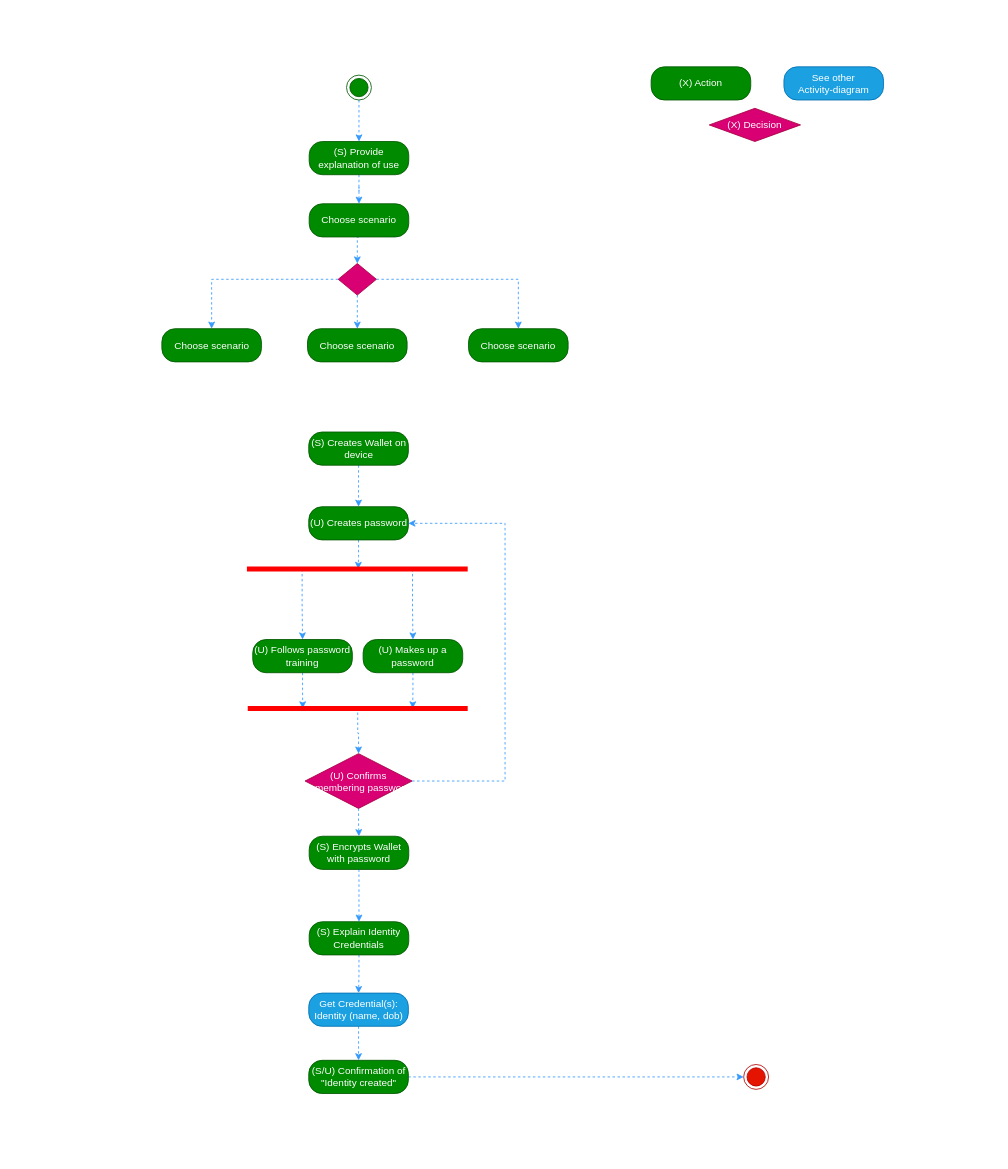
Above: Activity Diagrams/Create a wallet activity.drawio in nsward/diagrams (draw.io), before the change. Source tidied: cells renumbered, new cells numbered last; positions are measured from the earlier drawing's top-left corner, leaving out a move shared by most shapes. Both pictures are drawn from the tidied source at 83%, with x=0, y=0 at pixel (161, 66).
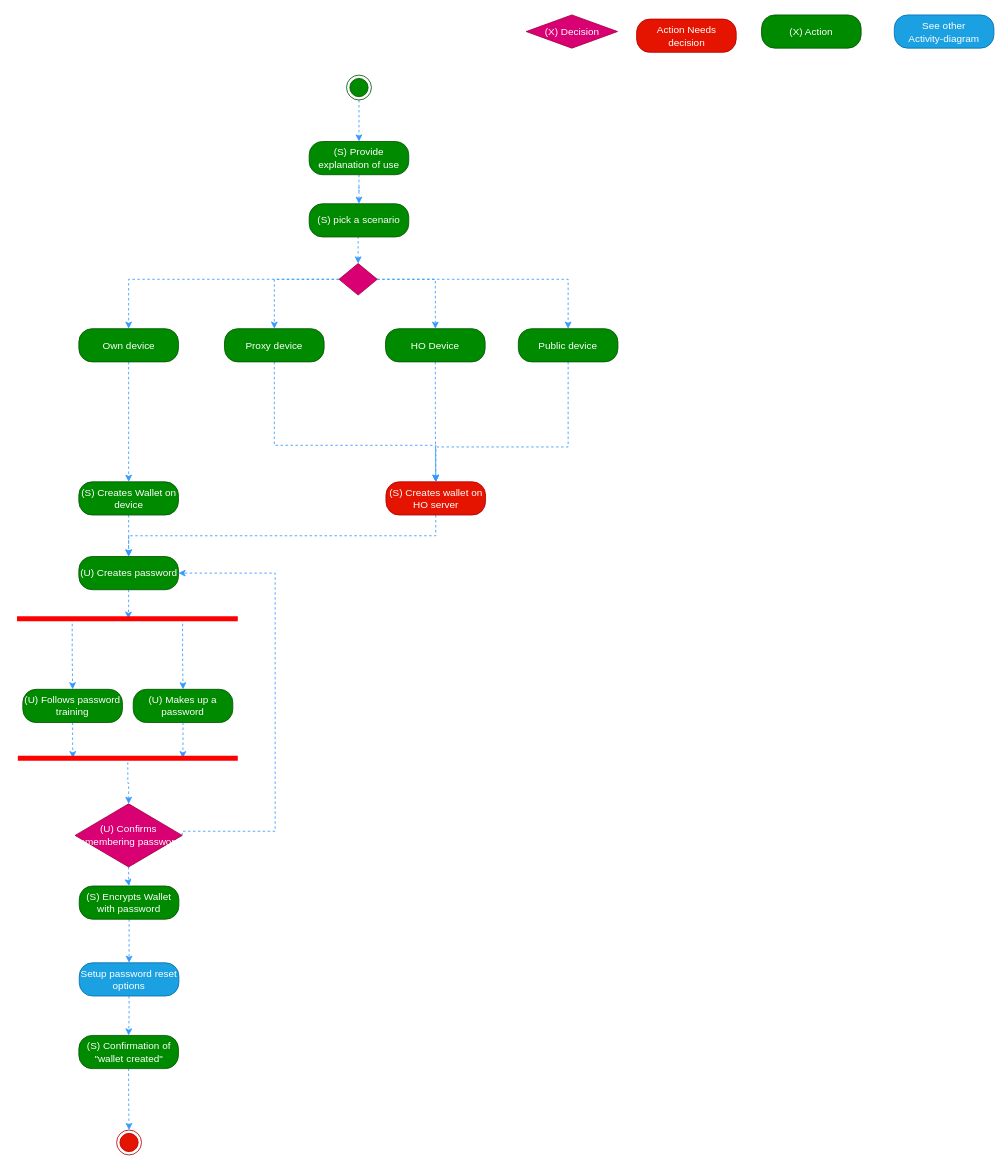
The same diagram, later.

Change to the diagram source:
```diff
@@
     <mxCell id="7" value="(S) Creates Wallet on device&lt;br&gt;" style="rounded=1;whiteSpace=wrap;html=1;arcSize=40;fillColor=#008a00;strokeColor=#005700;fontColor=#ffffff;" parent="1" vertex="1">
-      <mxGeometry x="177.5" y="440" width="120" height="40" as="geometry" />
+      <mxGeometry x="-99.5" y="500" width="120" height="40" as="geometry" />
     </mxCell>
@@
     <mxCell id="9" value="(U) Creates password" style="rounded=1;whiteSpace=wrap;html=1;arcSize=40;fillColor=#008a00;strokeColor=#005700;fontColor=#ffffff;" parent="1" vertex="1">
-      <mxGeometry x="177.5" y="530" width="120" height="40" as="geometry" />
+      <mxGeometry x="-99.5" y="590" width="120" height="40" as="geometry" />
     </mxCell>
     <mxCell id="10" value="See other&lt;br&gt;Activity-diagram" style="rounded=1;whiteSpace=wrap;html=1;arcSize=40;fillColor=#1ba1e2;strokeColor=#006EAF;fontColor=#ffffff;" parent="1" vertex="1">
-      <mxGeometry x="750" width="120" height="40" as="geometry" />
+      <mxGeometry x="883" y="-62.5" width="120" height="40" as="geometry" />
     </mxCell>
     <mxCell id="11" style="ellipse;html=1;shape=endState;fillColor=#e51400;strokeColor=#B20000;fontColor=#ffffff;" parent="1" vertex="1">
-      <mxGeometry x="701.5" y="1202" width="30" height="30" as="geometry" />
+      <mxGeometry x="-54" y="1281" width="30" height="30" as="geometry" />
     </mxCell>
     <mxCell id="12" value="(X) Action&lt;br&gt;" style="rounded=1;whiteSpace=wrap;html=1;arcSize=40;fillColor=#008a00;strokeColor=#005700;fontColor=#ffffff;" parent="1" vertex="1">
-      <mxGeometry x="590" width="120" height="40" as="geometry" />
+      <mxGeometry x="723" y="-62.5" width="120" height="40" as="geometry" />
     </mxCell>
     <mxCell id="13" value="&lt;span&gt;(X) Decision&lt;br&gt;&lt;/span&gt;" style="rhombus;whiteSpace=wrap;html=1;fillColor=#d80073;strokeColor=#A50040;fontColor=#ffffff;" parent="1" vertex="1">
-      <mxGeometry x="660" y="50" width="110" height="40" as="geometry" />
+      <mxGeometry x="439.5" y="-62.5" width="110" height="40" as="geometry" />
     </mxCell>
@@
     <mxCell id="16" style="shape=line;html=1;strokeWidth=6;strokeColor=#ff0000;fillColor=#008a00;fontColor=#ffffff;" parent="1" vertex="1">
-      <mxGeometry x="103" y="600" width="266" height="10" as="geometry" />
+      <mxGeometry x="-174" y="660" width="266" height="10" as="geometry" />
     </mxCell>
@@
     <mxCell id="18" value="(U) Follows password training" style="rounded=1;whiteSpace=wrap;html=1;arcSize=40;fillColor=#008a00;strokeColor=#005700;fontColor=#ffffff;" parent="1" vertex="1">
-      <mxGeometry x="110" y="690" width="120" height="40" as="geometry" />
+      <mxGeometry x="-167" y="750" width="120" height="40" as="geometry" />
     </mxCell>
@@
     <mxCell id="20" value="(U) Makes up a password" style="rounded=1;whiteSpace=wrap;html=1;arcSize=40;fillColor=#008a00;strokeColor=#005700;fontColor=#ffffff;" parent="1" vertex="1">
-      <mxGeometry x="243" y="690" width="120" height="40" as="geometry" />
+      <mxGeometry x="-34" y="750" width="120" height="40" as="geometry" />
     </mxCell>
@@
     <mxCell id="22" style="shape=line;html=1;strokeWidth=6;strokeColor=#ff0000;" parent="1" vertex="1">
-      <mxGeometry x="104" y="768" width="265" height="10" as="geometry" />
+      <mxGeometry x="-173" y="828" width="265" height="10" as="geometry" />
     </mxCell>
-    <mxCell id="23" style="edgeStyle=orthogonalEdgeStyle;rounded=0;jettySize=auto;html=1;entryX=0.5;entryY=0;entryDx=0;entryDy=0;dashed=1;strokeColor=#3399FF;fontColor=#000000;" parent="1" edge="1" source="24" target="26">
+    <mxCell id="23" style="edgeStyle=orthogonalEdgeStyle;rounded=0;jettySize=auto;html=1;entryX=0.5;entryY=0;entryDx=0;entryDy=0;dashed=1;strokeColor=#3399FF;fontColor=#000000;" parent="1" edge="1" source="24" target="53">
       <mxGeometry relative="1" as="geometry" />
     </mxCell>
     <mxCell id="24" value="(S) Encrypts Wallet with password&lt;br&gt;" style="rounded=1;whiteSpace=wrap;html=1;arcSize=40;fillColor=#008a00;strokeColor=#005700;fontColor=#ffffff;" parent="1" vertex="1">
-      <mxGeometry x="178" y="927" width="120" height="40" as="geometry" />
+      <mxGeometry x="-99" y="987" width="120" height="40" as="geometry" />
     </mxCell>
-    <mxCell id="25" style="edgeStyle=orthogonalEdgeStyle;rounded=0;jettySize=auto;html=1;dashed=1;strokeColor=#3399FF;fontColor=#000000;" parent="1" edge="1" source="26" target="28">
-      <mxGeometry relative="1" as="geometry" />
-    </mxCell>
-    <mxCell id="26" value="(S) Explain Identity Credentials&lt;br&gt;" style="rounded=1;whiteSpace=wrap;html=1;arcSize=40;fillColor=#008a00;strokeColor=#005700;fontColor=#ffffff;" parent="1" vertex="1">
-      <mxGeometry x="178" y="1030" width="120" height="40" as="geometry" />
-    </mxCell>
-    <mxCell id="27" style="edgeStyle=orthogonalEdgeStyle;rounded=0;jettySize=auto;html=1;strokeColor=#3399FF;dashed=1;" parent="1" edge="1" source="28" target="30">
-      <mxGeometry relative="1" as="geometry" />
-    </mxCell>
-    <mxCell id="28" value="Get Credential(s): Identity (name, dob)&lt;br&gt;" style="rounded=1;whiteSpace=wrap;html=1;arcSize=40;fillColor=#1ba1e2;strokeColor=#006EAF;fontColor=#ffffff;" parent="1" vertex="1">
-      <mxGeometry x="177.5" y="1116" width="120" height="40" as="geometry" />
-    </mxCell>
-    <mxCell id="29" style="edgeStyle=orthogonalEdgeStyle;rounded=0;jettySize=auto;html=1;strokeColor=#3399FF;entryX=0;entryY=0.5;entryDx=0;entryDy=0;dashed=1;" parent="1" edge="1" source="30" target="11">
+    <mxCell id="29" style="edgeStyle=orthogonalEdgeStyle;rounded=0;jettySize=auto;html=1;strokeColor=#3399FF;entryX=0.5;entryY=0;entryDx=0;entryDy=0;dashed=1;" parent="1" edge="1" source="30" target="11">
       <mxGeometry relative="1" as="geometry" />
     </mxCell>
-    <mxCell id="30" value="(S/U) Confirmation of &quot;Identity created&quot;&lt;br&gt;" style="rounded=1;whiteSpace=wrap;html=1;arcSize=40;fillColor=#008a00;strokeColor=#005700;fontColor=#ffffff;" parent="1" vertex="1">
-      <mxGeometry x="177.5" y="1197" width="120" height="40" as="geometry" />
+    <mxCell id="30" value="(S) Confirmation of &quot;wallet created&quot;&lt;br&gt;" style="rounded=1;whiteSpace=wrap;html=1;arcSize=40;fillColor=#008a00;strokeColor=#005700;fontColor=#ffffff;" parent="1" vertex="1">
+      <mxGeometry x="-99.5" y="1167" width="120" height="40" as="geometry" />
     </mxCell>
@@
     <mxCell id="32" style="edgeStyle=orthogonalEdgeStyle;rounded=0;jettySize=auto;html=1;exitX=1;exitY=0.5;exitDx=0;exitDy=0;entryX=1;entryY=0.5;entryDx=0;entryDy=0;dashed=1;strokeColor=#3399FF;fontColor=#000000;" parent="1" edge="1" source="33" target="9">
       <mxGeometry relative="1" as="geometry">
         <Array as="points">
-          <mxPoint x="414" y="861" />
-          <mxPoint x="414" y="550" />
+          <mxPoint x="137" y="921" />
+          <mxPoint x="137" y="610" />
         </Array>
       </mxGeometry>
     </mxCell>
     <mxCell id="33" value="(U) Confirms remembering password" style="rhombus;whiteSpace=wrap;html=1;fillColor=#d80073;strokeColor=#A50040;fontColor=#ffffff;" parent="1" vertex="1">
-      <mxGeometry x="173" y="827.5" width="129" height="66" as="geometry" />
+      <mxGeometry x="-104" y="888" width="129" height="76" as="geometry" />
     </mxCell>
@@
-    <mxCell id="35" value="Choose scenario&lt;br&gt;" style="rounded=1;whiteSpace=wrap;html=1;arcSize=40;fillColor=#008a00;strokeColor=#005700;fontColor=#ffffff;" parent="1" vertex="1">
+    <mxCell id="35" value="(S) pick a scenario&lt;br&gt;" style="rounded=1;whiteSpace=wrap;html=1;arcSize=40;fillColor=#008a00;strokeColor=#005700;fontColor=#ffffff;" parent="1" vertex="1">
       <mxGeometry x="178" y="165" width="120" height="40" as="geometry" />
     </mxCell>
@@
+    <mxCell id="43" style="edgeStyle=orthogonalEdgeStyle;rounded=0;jettySize=auto;html=1;entryX=0.5;entryY=0;entryDx=0;entryDy=0;dashed=1;strokeColor=#3399FF;" parent="1" edge="1" source="39" target="48">
+      <mxGeometry relative="1" as="geometry" />
+    </mxCell>
     <mxCell id="39" style="rhombus;whiteSpace=wrap;html=1;fillColor=#d80073;strokeColor=#A50040;fontColor=#ffffff;" parent="1" vertex="1">
-      <mxGeometry x="213" y="237" width="46" height="38" as="geometry" />
+      <mxGeometry x="214" y="237" width="46" height="38" as="geometry" />
     </mxCell>
+    <mxCell id="44" style="edgeStyle=orthogonalEdgeStyle;rounded=0;jettySize=auto;html=1;exitX=0.5;exitY=1;exitDx=0;exitDy=0;entryX=0.5;entryY=0;entryDx=0;entryDy=0;dashed=1;strokeColor=#3399FF;" parent="1" edge="1" source="40" target="50">
+      <mxGeometry relative="1" as="geometry" />
+    </mxCell>
-    <mxCell id="40" value="Choose scenario&lt;br&gt;" style="rounded=1;whiteSpace=wrap;html=1;arcSize=40;fillColor=#008a00;strokeColor=#005700;fontColor=#ffffff;" parent="1" vertex="1">
-      <mxGeometry x="370" y="315.5" width="120" height="40" as="geometry" />
+    <mxCell id="40" value="HO Device&lt;br&gt;" style="rounded=1;whiteSpace=wrap;html=1;arcSize=40;fillColor=#008a00;strokeColor=#005700;fontColor=#ffffff;" parent="1" vertex="1">
+      <mxGeometry x="270" y="315.5" width="120" height="40" as="geometry" />
     </mxCell>
+    <mxCell id="45" style="edgeStyle=orthogonalEdgeStyle;rounded=0;jettySize=auto;html=1;entryX=0.5;entryY=0;entryDx=0;entryDy=0;dashed=1;strokeColor=#3399FF;exitX=0.5;exitY=1;exitDx=0;exitDy=0;" parent="1" edge="1" source="41" target="50">
+      <mxGeometry relative="1" as="geometry">
+        <Array as="points">
+          <mxPoint x="136" y="456" />
+          <mxPoint x="331" y="456" />
+        </Array>
+      </mxGeometry>
+    </mxCell>
-    <mxCell id="41" value="Choose scenario&lt;br&gt;" style="rounded=1;whiteSpace=wrap;html=1;arcSize=40;fillColor=#008a00;strokeColor=#005700;fontColor=#ffffff;" parent="1" vertex="1">
-      <mxGeometry x="176" y="315.5" width="120" height="40" as="geometry" />
+    <mxCell id="41" value="Proxy device&lt;br&gt;" style="rounded=1;whiteSpace=wrap;html=1;arcSize=40;fillColor=#008a00;strokeColor=#005700;fontColor=#ffffff;" parent="1" vertex="1">
+      <mxGeometry x="76" y="315.5" width="120" height="40" as="geometry" />
     </mxCell>
+    <mxCell id="46" style="edgeStyle=orthogonalEdgeStyle;rounded=0;jettySize=auto;html=1;exitX=0.5;exitY=1;exitDx=0;exitDy=0;entryX=0.5;entryY=0;entryDx=0;entryDy=0;dashed=1;strokeColor=#3399FF;" parent="1" edge="1" source="42" target="7">
+      <mxGeometry relative="1" as="geometry" />
+    </mxCell>
-    <mxCell id="42" value="Choose scenario&lt;br&gt;" style="rounded=1;whiteSpace=wrap;html=1;arcSize=40;fillColor=#008a00;strokeColor=#005700;fontColor=#ffffff;" parent="1" vertex="1">
-      <mxGeometry x="0.5" y="315.5" width="120" height="40" as="geometry" />
+    <mxCell id="42" value="Own device&lt;br&gt;" style="rounded=1;whiteSpace=wrap;html=1;arcSize=40;fillColor=#008a00;strokeColor=#005700;fontColor=#ffffff;" parent="1" vertex="1">
+      <mxGeometry x="-99.5" y="315.5" width="120" height="40" as="geometry" />
     </mxCell>
+    <mxCell id="47" style="edgeStyle=orthogonalEdgeStyle;rounded=0;jettySize=auto;html=1;entryX=0.5;entryY=0;entryDx=0;entryDy=0;dashed=1;strokeColor=#3399FF;" parent="1" edge="1" source="48" target="50">
+      <mxGeometry relative="1" as="geometry">
+        <Array as="points">
+          <mxPoint x="490" y="458" />
+          <mxPoint x="331" y="458" />
+        </Array>
+      </mxGeometry>
+    </mxCell>
+    <mxCell id="48" value="Public device&lt;br&gt;" style="rounded=1;whiteSpace=wrap;html=1;arcSize=40;fillColor=#008a00;strokeColor=#005700;fontColor=#ffffff;" parent="1" vertex="1">
+      <mxGeometry x="430" y="315.5" width="120" height="40" as="geometry" />
+    </mxCell>
+    <mxCell id="49" style="edgeStyle=orthogonalEdgeStyle;rounded=0;jettySize=auto;html=1;exitX=0.5;exitY=1;exitDx=0;exitDy=0;entryX=0.5;entryY=0;entryDx=0;entryDy=0;dashed=1;strokeColor=#3399FF;" parent="1" edge="1" source="50" target="9">
+      <mxGeometry relative="1" as="geometry" />
+    </mxCell>
+    <mxCell id="50" value="(S) Creates wallet on HO server&lt;br&gt;" style="rounded=1;whiteSpace=wrap;html=1;arcSize=40;fillColor=#e51400;strokeColor=#B20000;fontColor=#ffffff;" parent="1" vertex="1">
+      <mxGeometry x="270.5" y="500" width="120" height="40" as="geometry" />
+    </mxCell>
+    <mxCell id="51" value="Action Needs decision&lt;br&gt;" style="rounded=1;whiteSpace=wrap;html=1;arcSize=40;fillColor=#e51400;strokeColor=#B20000;fontColor=#ffffff;" parent="1" vertex="1">
+      <mxGeometry x="572.5" y="-57.5" width="120" height="40" as="geometry" />
+    </mxCell>
+    <mxCell id="52" style="edgeStyle=orthogonalEdgeStyle;rounded=0;jettySize=auto;html=1;exitX=0.5;exitY=1;exitDx=0;exitDy=0;entryX=0.5;entryY=0;entryDx=0;entryDy=0;dashed=1;strokeColor=#3399FF;" parent="1" edge="1" source="53" target="30">
+      <mxGeometry relative="1" as="geometry" />
+    </mxCell>
+    <mxCell id="53" value="Setup password reset options" style="rounded=1;whiteSpace=wrap;html=1;arcSize=40;fillColor=#1ba1e2;strokeColor=#006EAF;fontColor=#ffffff;" parent="1" vertex="1">
+      <mxGeometry x="-99" y="1079.5" width="120" height="40" as="geometry" />
+    </mxCell>
```
